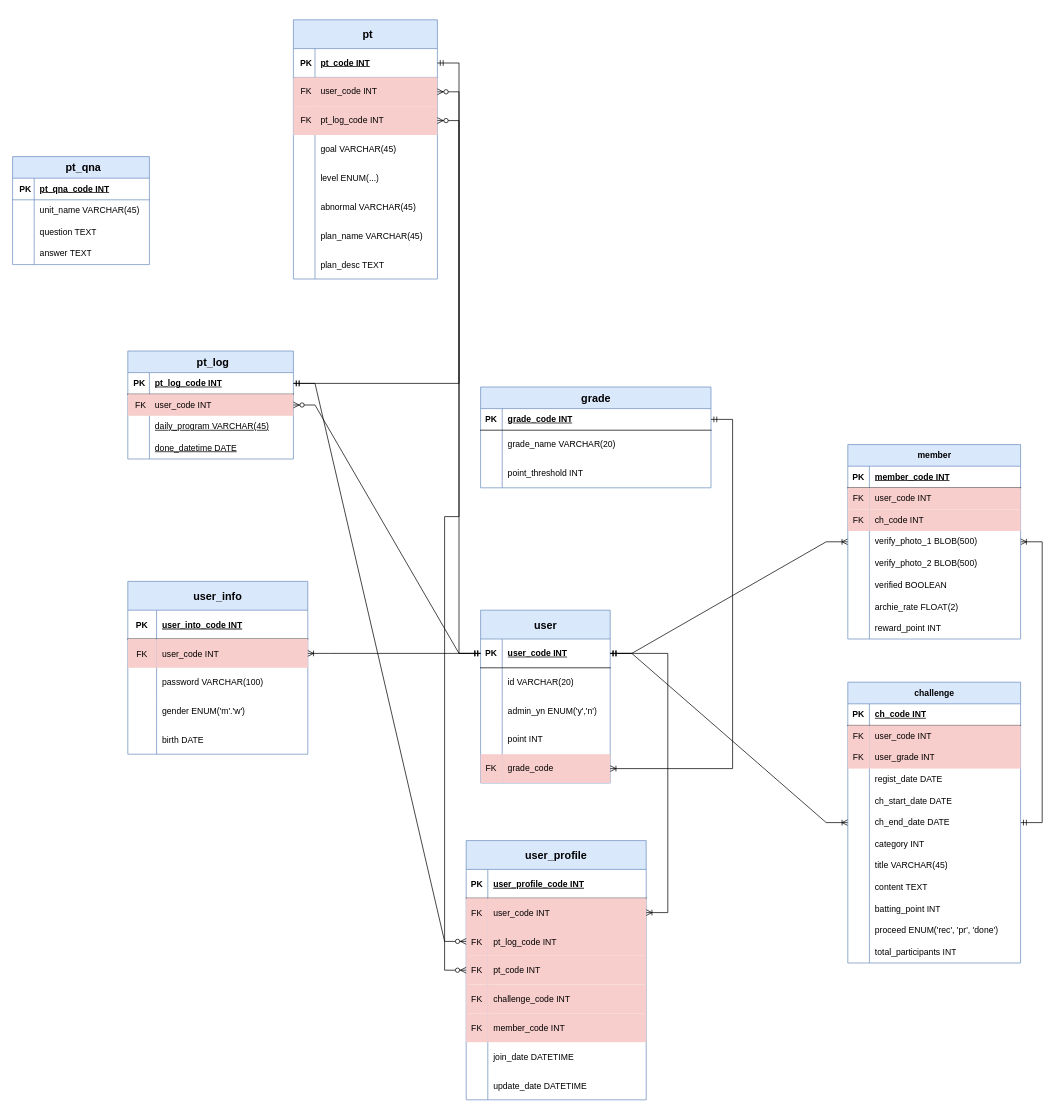
The draw.io diagram page "최종ERD" (1 of 4) of members/제목 없는 다이어그램.drawio in Brian-Hong-KR/Gymunity, before the edit. Source tidied: cells renumbered, new cells numbered last; positions are measured from the earlier drawing's top-left corner, leaving out a move shared by most shapes. Both pictures are drawn from the tidied source at 72%, with x=0, y=0 at pixel (12, 19).
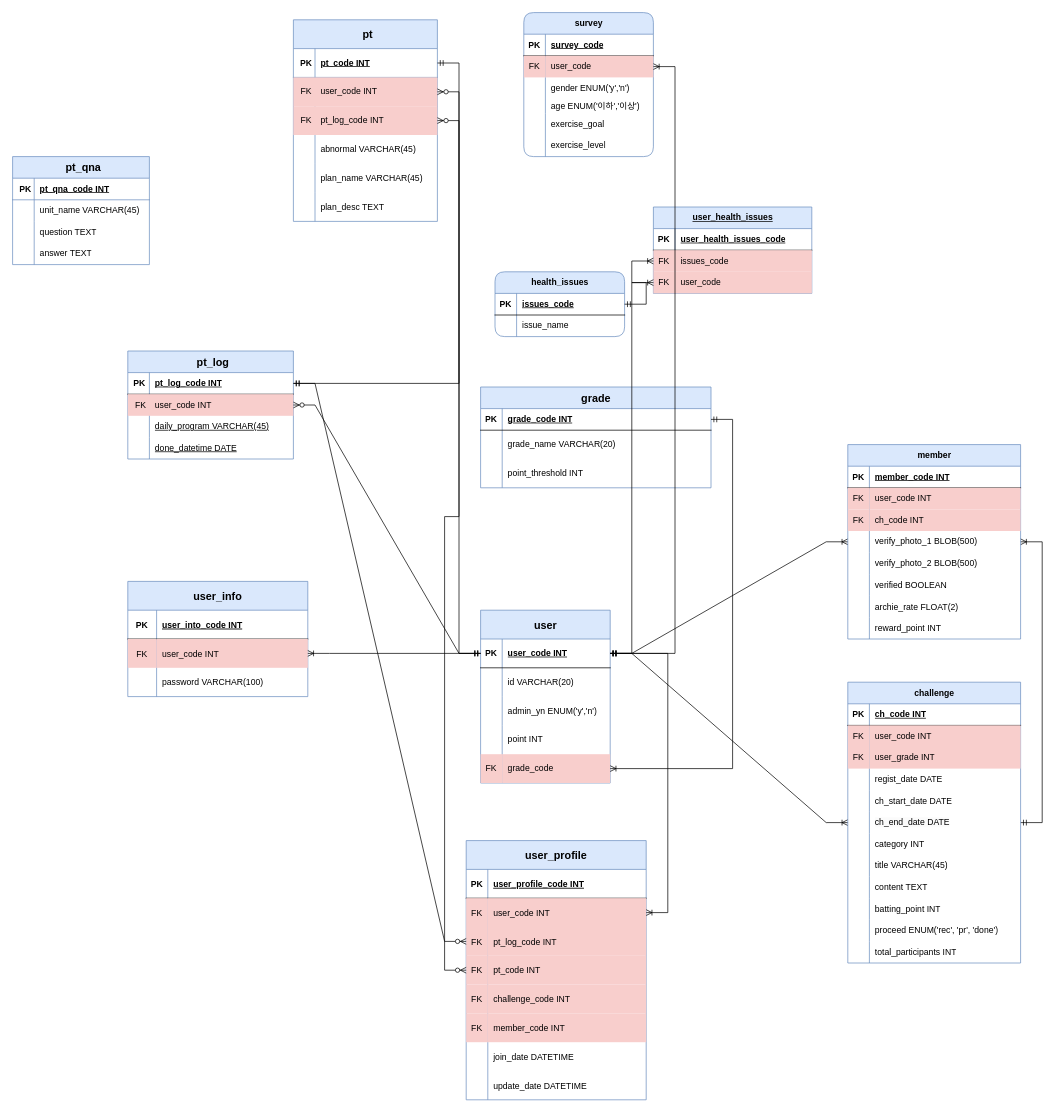
After the change.

Unchanged cells that the change refers to:
```xml
<mxCell id="28" style="shape=tableRow;horizontal=0;startSize=0;swimlaneHead=0;swimlaneBody=0;fillColor=none;points=[[0,0.5],[1,0.5]];portConstraint=eastwest;top=0;left=0;right=0;bottom=1;" parent="27" vertex="1">
  <mxGeometry y="40" width="180" height="40" as="geometry" />
</mxCell>
```

Change to the diagram source:
```diff
@@
     <mxCell id="43" value="user_info" style="shape=table;startSize=40;childLayout=tableLayout;rowLines=0;fontStyle=1;align=center;fillColor=#dae8fc;strokeColor=#6c8ebf;fontSize=15;" parent="1" vertex="1">
-      <mxGeometry x="160" y="780" width="250" height="240" as="geometry" />
+      <mxGeometry x="160" y="780" width="250" height="160" as="geometry" />
     </mxCell>
@@
-    <mxCell id="53" style="shape=partialRectangle;fillColor=none;top=0;left=0;right=0;bottom=0;" parent="43" vertex="1">
-      <mxGeometry y="160" width="250" height="40" as="geometry" />
-    </mxCell>
-    <mxCell id="54" style="shape=partialRectangle;overflow=hidden;fillColor=none;top=0;left=0;bottom=0;right=0;" parent="53" vertex="1">
-      <mxGeometry width="40" height="40" as="geometry" />
-    </mxCell>
-    <mxCell id="55" value="gender ENUM('m'.'w')" style="shape=partialRectangle;overflow=hidden;fillColor=none;top=0;left=0;bottom=0;right=0;align=left;spacingLeft=6;" parent="53" vertex="1">
-      <mxGeometry x="40" width="210" height="40" as="geometry" />
-    </mxCell>
-    <mxCell id="56" style="shape=partialRectangle;fillColor=none;top=0;left=0;right=0;bottom=0;" parent="43" vertex="1">
-      <mxGeometry y="200" width="250" height="40" as="geometry" />
-    </mxCell>
-    <mxCell id="57" style="shape=partialRectangle;overflow=hidden;fillColor=none;top=0;left=0;bottom=0;right=0;" parent="56" vertex="1">
-      <mxGeometry width="40" height="40" as="geometry" />
-    </mxCell>
-    <mxCell id="58" value="birth DATE" style="shape=partialRectangle;overflow=hidden;fillColor=none;top=0;left=0;bottom=0;right=0;align=left;spacingLeft=6;" parent="56" vertex="1">
-      <mxGeometry x="40" width="210" height="40" as="geometry" />
-    </mxCell>
@@
     <mxCell id="99" value="&lt;p&gt;&lt;span style=&quot;font-size: 15px;&quot;&gt;pt&lt;/span&gt;&lt;/p&gt;" style="shape=table;startSize=40;childLayout=tableLayout;rowLines=0;fontStyle=1;align=center;html=1;shadow=0;strokeColor=#6c8ebf;strokeWidth=1;verticalAlign=middle;spacingLeft=6;fontFamily=Helvetica;fontSize=12;fontColor=default;fillColor=#dae8fc;" parent="1" vertex="1">
-      <mxGeometry x="390" width="200" height="360" as="geometry" />
+      <mxGeometry x="390" width="200" height="280" as="geometry" />
     </mxCell>
@@
-    <mxCell id="109" style="shape=tableRow;horizontal=0;startSize=0;swimlaneHead=0;swimlaneBody=0;fillColor=none;top=0;left=0;right=0;bottom=0;shadow=0;strokeColor=#6c8ebf;strokeWidth=1;align=center;verticalAlign=middle;spacingLeft=6;fontFamily=Helvetica;fontSize=12;fontColor=default;fontStyle=1;" parent="99" vertex="1">
-      <mxGeometry y="160" width="200" height="40" as="geometry" />
-    </mxCell>
-    <mxCell id="110" style="shape=partialRectangle;fillColor=none;top=0;left=0;bottom=0;right=0;overflow=hidden;whiteSpace=wrap;html=1;shadow=0;strokeColor=#6c8ebf;strokeWidth=1;align=center;verticalAlign=middle;spacingLeft=6;fontFamily=Helvetica;fontSize=12;fontColor=default;fontStyle=1;" parent="109" vertex="1">
-      <mxGeometry width="30" height="40" as="geometry" />
-    </mxCell>
-    <mxCell id="111" value="goal VARCHAR(45)" style="shape=partialRectangle;fillColor=none;top=0;left=0;bottom=0;right=0;align=left;spacingLeft=6;overflow=hidden;whiteSpace=wrap;html=1;shadow=0;strokeColor=#6c8ebf;strokeWidth=1;verticalAlign=middle;fontFamily=Helvetica;fontSize=12;fontColor=default;fontStyle=0;" parent="109" vertex="1">
-      <mxGeometry x="30" width="170" height="40" as="geometry" />
-    </mxCell>
-    <mxCell id="112" style="shape=tableRow;horizontal=0;startSize=0;swimlaneHead=0;swimlaneBody=0;fillColor=none;top=0;left=0;right=0;bottom=0;shadow=0;strokeColor=#6c8ebf;strokeWidth=1;align=center;verticalAlign=middle;spacingLeft=6;fontFamily=Helvetica;fontSize=12;fontColor=default;fontStyle=1;" parent="99" vertex="1">
-      <mxGeometry y="200" width="200" height="40" as="geometry" />
-    </mxCell>
-    <mxCell id="113" style="shape=partialRectangle;fillColor=none;top=0;left=0;bottom=0;right=0;overflow=hidden;whiteSpace=wrap;html=1;shadow=0;strokeColor=#6c8ebf;strokeWidth=1;align=center;verticalAlign=middle;spacingLeft=6;fontFamily=Helvetica;fontSize=12;fontColor=default;fontStyle=1;" parent="112" vertex="1">
-      <mxGeometry width="30" height="40" as="geometry" />
-    </mxCell>
-    <mxCell id="114" value="&lt;span style=&quot;font-weight: normal;&quot;&gt;level ENUM(...)&lt;/span&gt;" style="shape=partialRectangle;fillColor=none;top=0;left=0;bottom=0;right=0;align=left;spacingLeft=6;overflow=hidden;whiteSpace=wrap;html=1;shadow=0;strokeColor=#6c8ebf;strokeWidth=1;verticalAlign=middle;fontFamily=Helvetica;fontSize=12;fontColor=default;fontStyle=1;" parent="112" vertex="1">
-      <mxGeometry x="30" width="170" height="40" as="geometry" />
-    </mxCell>
     <mxCell id="115" style="shape=tableRow;horizontal=0;startSize=0;swimlaneHead=0;swimlaneBody=0;fillColor=none;top=0;left=0;right=0;bottom=0;shadow=0;strokeColor=#6c8ebf;strokeWidth=1;align=center;verticalAlign=middle;spacingLeft=6;fontFamily=Helvetica;fontSize=12;fontColor=default;fontStyle=1;" parent="99" vertex="1">
-      <mxGeometry y="240" width="200" height="40" as="geometry" />
+      <mxGeometry y="160" width="200" height="40" as="geometry" />
     </mxCell>
@@
     <mxCell id="118" style="shape=tableRow;horizontal=0;startSize=0;swimlaneHead=0;swimlaneBody=0;fillColor=none;top=0;left=0;right=0;bottom=0;shadow=0;strokeColor=#6c8ebf;strokeWidth=1;align=center;verticalAlign=middle;spacingLeft=6;fontFamily=Helvetica;fontSize=12;fontColor=default;fontStyle=1;" parent="99" vertex="1">
-      <mxGeometry y="280" width="200" height="40" as="geometry" />
+      <mxGeometry y="200" width="200" height="40" as="geometry" />
     </mxCell>
@@
     <mxCell id="121" style="shape=tableRow;horizontal=0;startSize=0;swimlaneHead=0;swimlaneBody=0;fillColor=none;top=0;left=0;right=0;bottom=0;shadow=0;strokeColor=#6c8ebf;strokeWidth=1;align=center;verticalAlign=middle;spacingLeft=6;fontFamily=Helvetica;fontSize=12;fontColor=default;fontStyle=1;" parent="99" vertex="1">
-      <mxGeometry y="320" width="200" height="40" as="geometry" />
+      <mxGeometry y="240" width="200" height="40" as="geometry" />
     </mxCell>
@@
+    <mxCell id="193" value="survey" style="shape=table;startSize=30;childLayout=tableLayout;rowLines=0;fontStyle=1;align=center;html=1;rounded=1;strokeColor=#6c8ebf;verticalAlign=middle;fontFamily=Helvetica;fontSize=12;fillColor=#dae8fc;" parent="1" vertex="1">
+      <mxGeometry x="710" y="-10" width="180" height="200" as="geometry" />
+    </mxCell>
+    <mxCell id="194" style="shape=tableRow;horizontal=0;startSize=0;swimlaneHead=0;swimlaneBody=0;fillColor=none;top=0;left=0;right=0;bottom=1;rounded=1;strokeColor=default;align=center;verticalAlign=middle;fontFamily=Helvetica;fontSize=12;fontColor=default;" parent="193" vertex="1">
+      <mxGeometry y="30" width="180" height="30" as="geometry" />
+    </mxCell>
+    <mxCell id="195" value="PK" style="shape=partialRectangle;fillColor=none;top=0;left=0;bottom=0;right=0;fontStyle=1;overflow=hidden;whiteSpace=wrap;html=1;rounded=1;strokeColor=default;align=center;verticalAlign=middle;fontFamily=Helvetica;fontSize=12;fontColor=default;" parent="194" vertex="1">
+      <mxGeometry width="30" height="30" as="geometry" />
+    </mxCell>
+    <mxCell id="196" value="survey_code" style="shape=partialRectangle;fillColor=none;top=0;left=0;bottom=0;right=0;align=left;spacingLeft=6;fontStyle=5;overflow=hidden;whiteSpace=wrap;html=1;rounded=1;strokeColor=default;verticalAlign=middle;fontFamily=Helvetica;fontSize=12;fontColor=default;" parent="194" vertex="1">
+      <mxGeometry x="30" width="150" height="30" as="geometry" />
+    </mxCell>
+    <mxCell id="197" style="shape=tableRow;horizontal=0;startSize=0;swimlaneHead=0;swimlaneBody=0;fillColor=none;points=[[0,0.5],[1,0.5]];portConstraint=eastwest;top=0;left=0;right=0;bottom=0;rounded=1;strokeColor=default;align=center;verticalAlign=middle;fontFamily=Helvetica;fontSize=12;fontColor=default;" parent="193" vertex="1">
+      <mxGeometry y="60" width="180" height="30" as="geometry" />
+    </mxCell>
+    <mxCell id="198" value="FK" style="shape=partialRectangle;fillColor=#f8cecc;top=0;left=0;bottom=0;right=0;fontStyle=0;overflow=hidden;whiteSpace=wrap;html=1;rounded=1;strokeColor=#b85450;align=center;verticalAlign=middle;fontFamily=Helvetica;fontSize=12;" parent="197" vertex="1">
+      <mxGeometry width="30" height="30" as="geometry" />
+    </mxCell>
+    <mxCell id="199" value="user_code" style="shape=partialRectangle;fillColor=#f8cecc;top=0;left=0;bottom=0;right=0;align=left;spacingLeft=6;fontStyle=0;overflow=hidden;whiteSpace=wrap;html=1;rounded=1;strokeColor=#b85450;verticalAlign=middle;fontFamily=Helvetica;fontSize=12;" parent="197" vertex="1">
+      <mxGeometry x="30" width="150" height="30" as="geometry" />
+    </mxCell>
+    <mxCell id="200" style="shape=tableRow;horizontal=0;startSize=0;swimlaneHead=0;swimlaneBody=0;fillColor=none;top=0;left=0;right=0;bottom=0;rounded=1;strokeColor=default;align=center;verticalAlign=middle;fontFamily=Helvetica;fontSize=12;fontColor=default;" parent="193" vertex="1">
+      <mxGeometry y="90" width="180" height="30" as="geometry" />
+    </mxCell>
+    <mxCell id="201" style="shape=partialRectangle;fillColor=none;top=0;left=0;bottom=0;right=0;overflow=hidden;whiteSpace=wrap;html=1;rounded=1;strokeColor=default;align=center;verticalAlign=middle;fontFamily=Helvetica;fontSize=12;fontColor=default;" parent="200" vertex="1">
+      <mxGeometry width="30" height="30" as="geometry" />
+    </mxCell>
+    <mxCell id="202" value="gender ENUM('y','n')" style="shape=partialRectangle;fillColor=none;top=0;left=0;bottom=0;right=0;align=left;spacingLeft=6;overflow=hidden;whiteSpace=wrap;html=1;rounded=1;strokeColor=default;verticalAlign=middle;fontFamily=Helvetica;fontSize=12;fontColor=default;" parent="200" vertex="1">
+      <mxGeometry x="30" width="150" height="30" as="geometry" />
+    </mxCell>
+    <mxCell id="203" style="shape=tableRow;horizontal=0;startSize=0;swimlaneHead=0;swimlaneBody=0;fillColor=none;top=0;left=0;right=0;bottom=0;rounded=1;strokeColor=default;align=center;verticalAlign=middle;fontFamily=Helvetica;fontSize=12;fontColor=default;" parent="193" vertex="1">
+      <mxGeometry y="120" width="180" height="20" as="geometry" />
+    </mxCell>
+    <mxCell id="204" style="shape=partialRectangle;fillColor=none;top=0;left=0;bottom=0;right=0;overflow=hidden;whiteSpace=wrap;html=1;rounded=1;strokeColor=default;align=center;verticalAlign=middle;fontFamily=Helvetica;fontSize=12;fontColor=default;" parent="203" vertex="1">
+      <mxGeometry width="30" height="20" as="geometry" />
+    </mxCell>
+    <mxCell id="205" value="age ENUM('이하','이상')" style="shape=partialRectangle;fillColor=none;top=0;left=0;bottom=0;right=0;align=left;spacingLeft=6;overflow=hidden;whiteSpace=wrap;html=1;rounded=1;strokeColor=default;verticalAlign=middle;fontFamily=Helvetica;fontSize=12;fontColor=default;" parent="203" vertex="1">
+      <mxGeometry x="30" width="150" height="20" as="geometry" />
+    </mxCell>
+    <mxCell id="206" style="shape=tableRow;horizontal=0;startSize=0;swimlaneHead=0;swimlaneBody=0;fillColor=none;top=0;left=0;right=0;bottom=0;rounded=1;strokeColor=default;align=center;verticalAlign=middle;fontFamily=Helvetica;fontSize=12;fontColor=default;" parent="193" vertex="1">
+      <mxGeometry y="140" width="180" height="30" as="geometry" />
+    </mxCell>
+    <mxCell id="207" style="shape=partialRectangle;fillColor=none;top=0;left=0;bottom=0;right=0;overflow=hidden;whiteSpace=wrap;html=1;rounded=1;strokeColor=default;align=center;verticalAlign=middle;fontFamily=Helvetica;fontSize=12;fontColor=default;" parent="206" vertex="1">
+      <mxGeometry width="30" height="30" as="geometry" />
+    </mxCell>
+    <mxCell id="208" value="exercise_goal" style="shape=partialRectangle;fillColor=none;top=0;left=0;bottom=0;right=0;align=left;spacingLeft=6;overflow=hidden;whiteSpace=wrap;html=1;rounded=1;strokeColor=default;verticalAlign=middle;fontFamily=Helvetica;fontSize=12;fontColor=default;" parent="206" vertex="1">
+      <mxGeometry x="30" width="150" height="30" as="geometry" />
+    </mxCell>
+    <mxCell id="209" style="shape=tableRow;horizontal=0;startSize=0;swimlaneHead=0;swimlaneBody=0;fillColor=none;top=0;left=0;right=0;bottom=0;rounded=1;strokeColor=default;align=center;verticalAlign=middle;fontFamily=Helvetica;fontSize=12;fontColor=default;" parent="193" vertex="1">
+      <mxGeometry y="170" width="180" height="30" as="geometry" />
+    </mxCell>
+    <mxCell id="210" style="shape=partialRectangle;fillColor=none;top=0;left=0;bottom=0;right=0;overflow=hidden;whiteSpace=wrap;html=1;rounded=1;strokeColor=default;align=center;verticalAlign=middle;fontFamily=Helvetica;fontSize=12;fontColor=default;" parent="209" vertex="1">
+      <mxGeometry width="30" height="30" as="geometry" />
+    </mxCell>
+    <mxCell id="211" value="exercise_level" style="shape=partialRectangle;fillColor=none;top=0;left=0;bottom=0;right=0;align=left;spacingLeft=6;overflow=hidden;whiteSpace=wrap;html=1;rounded=1;strokeColor=default;verticalAlign=middle;fontFamily=Helvetica;fontSize=12;fontColor=default;" parent="209" vertex="1">
+      <mxGeometry x="30" width="150" height="30" as="geometry" />
+    </mxCell>
+    <mxCell id="212" value="health_issues" style="shape=table;startSize=30;childLayout=tableLayout;rowLines=0;fontStyle=1;align=center;html=1;rounded=1;strokeColor=#6c8ebf;verticalAlign=middle;fontFamily=Helvetica;fontSize=12;fillColor=#dae8fc;" parent="1" vertex="1">
+      <mxGeometry x="670" y="350" width="180" height="90" as="geometry" />
+    </mxCell>
+    <mxCell id="213" style="shape=tableRow;horizontal=0;startSize=0;swimlaneHead=0;swimlaneBody=0;fillColor=none;points=[[0,0.5],[1,0.5]];portConstraint=eastwest;top=0;left=0;right=0;bottom=1;rounded=1;strokeColor=default;align=center;verticalAlign=middle;fontFamily=Helvetica;fontSize=12;fontColor=default;" parent="212" vertex="1">
+      <mxGeometry y="30" width="180" height="30" as="geometry" />
+    </mxCell>
+    <mxCell id="214" value="PK" style="shape=partialRectangle;fillColor=none;top=0;left=0;bottom=0;right=0;fontStyle=1;overflow=hidden;whiteSpace=wrap;html=1;rounded=1;strokeColor=default;align=center;verticalAlign=middle;fontFamily=Helvetica;fontSize=12;fontColor=default;" parent="213" vertex="1">
+      <mxGeometry width="30" height="30" as="geometry" />
+    </mxCell>
+    <mxCell id="215" value="issues_code" style="shape=partialRectangle;fillColor=none;top=0;left=0;bottom=0;right=0;align=left;spacingLeft=6;fontStyle=5;overflow=hidden;whiteSpace=wrap;html=1;rounded=1;strokeColor=default;verticalAlign=middle;fontFamily=Helvetica;fontSize=12;fontColor=default;" parent="213" vertex="1">
+      <mxGeometry x="30" width="150" height="30" as="geometry" />
+    </mxCell>
+    <mxCell id="216" style="shape=tableRow;horizontal=0;startSize=0;swimlaneHead=0;swimlaneBody=0;fillColor=none;top=0;left=0;right=0;bottom=0;rounded=1;strokeColor=default;align=center;verticalAlign=middle;fontFamily=Helvetica;fontSize=12;fontColor=default;" parent="212" vertex="1">
+      <mxGeometry y="60" width="180" height="30" as="geometry" />
+    </mxCell>
+    <mxCell id="217" style="shape=partialRectangle;fillColor=none;top=0;left=0;bottom=0;right=0;overflow=hidden;whiteSpace=wrap;html=1;rounded=1;strokeColor=default;align=center;verticalAlign=middle;fontFamily=Helvetica;fontSize=12;fontColor=default;" parent="216" vertex="1">
+      <mxGeometry width="30" height="30" as="geometry" />
+    </mxCell>
+    <mxCell id="218" value="issue_name" style="shape=partialRectangle;fillColor=none;top=0;left=0;bottom=0;right=0;align=left;spacingLeft=6;overflow=hidden;whiteSpace=wrap;html=1;rounded=1;strokeColor=default;verticalAlign=middle;fontFamily=Helvetica;fontSize=12;fontColor=default;" parent="216" vertex="1">
+      <mxGeometry x="30" width="150" height="30" as="geometry" />
+    </mxCell>
+    <mxCell id="219" value="&lt;span style=&quot;text-align: left; text-wrap: wrap; text-decoration-line: underline;&quot;&gt;user_health_issues&lt;/span&gt;" style="shape=table;startSize=30;childLayout=tableLayout;rowLines=0;fontStyle=1;align=center;html=1;fillColor=#dae8fc;strokeColor=#6c8ebf;" parent="1" vertex="1">
+      <mxGeometry x="890" y="260" width="220" height="120" as="geometry" />
+    </mxCell>
+    <mxCell id="220" style="shape=tableRow;horizontal=0;startSize=0;swimlaneHead=0;swimlaneBody=0;fillColor=none;top=0;left=0;right=0;bottom=1;" parent="219" vertex="1">
+      <mxGeometry y="30" width="220" height="30" as="geometry" />
+    </mxCell>
+    <mxCell id="221" value="PK" style="shape=partialRectangle;fillColor=none;top=0;left=0;bottom=0;right=0;fontStyle=1;overflow=hidden;whiteSpace=wrap;html=1;" parent="220" vertex="1">
+      <mxGeometry width="30" height="30" as="geometry" />
+    </mxCell>
+    <mxCell id="222" value="user_health_issues_code" style="shape=partialRectangle;fillColor=none;top=0;left=0;bottom=0;right=0;align=left;spacingLeft=6;fontStyle=5;overflow=hidden;whiteSpace=wrap;html=1;" parent="220" vertex="1">
+      <mxGeometry x="30" width="190" height="30" as="geometry" />
+    </mxCell>
+    <mxCell id="223" style="shape=tableRow;horizontal=0;startSize=0;swimlaneHead=0;swimlaneBody=0;fillColor=none;points=[[0,0.5],[1,0.5]];portConstraint=eastwest;top=0;left=0;right=0;bottom=0;" parent="219" vertex="1">
+      <mxGeometry y="60" width="220" height="30" as="geometry" />
+    </mxCell>
+    <mxCell id="224" value="FK" style="shape=partialRectangle;fillColor=#f8cecc;top=0;left=0;bottom=0;right=0;overflow=hidden;whiteSpace=wrap;html=1;strokeColor=#b85450;" parent="223" vertex="1">
+      <mxGeometry width="30" height="30" as="geometry" />
+    </mxCell>
+    <mxCell id="225" value="issues_code" style="shape=partialRectangle;fillColor=#f8cecc;top=0;left=0;bottom=0;right=0;align=left;spacingLeft=6;overflow=hidden;whiteSpace=wrap;html=1;strokeColor=#b85450;" parent="223" vertex="1">
+      <mxGeometry x="30" width="190" height="30" as="geometry" />
+    </mxCell>
+    <mxCell id="226" style="shape=tableRow;horizontal=0;startSize=0;swimlaneHead=0;swimlaneBody=0;fillColor=none;points=[[0,0.5],[1,0.5]];portConstraint=eastwest;top=0;left=0;right=0;bottom=0;" parent="219" vertex="1">
+      <mxGeometry y="90" width="220" height="30" as="geometry" />
+    </mxCell>
+    <mxCell id="227" value="FK" style="shape=partialRectangle;fillColor=#f8cecc;top=0;left=0;bottom=0;right=0;overflow=hidden;whiteSpace=wrap;html=1;strokeColor=#b85450;" parent="226" vertex="1">
+      <mxGeometry width="30" height="30" as="geometry" />
+    </mxCell>
+    <mxCell id="228" value="user_code" style="shape=partialRectangle;fillColor=#f8cecc;top=0;left=0;bottom=0;right=0;align=left;spacingLeft=6;overflow=hidden;whiteSpace=wrap;html=1;strokeColor=#b85450;" parent="226" vertex="1">
+      <mxGeometry x="30" width="190" height="30" as="geometry" />
+    </mxCell>
+    <mxCell id="229" style="edgeStyle=entityRelationEdgeStyle;fontSize=12;html=1;endArrow=ERoneToMany;startArrow=ERmandOne;rounded=0;" parent="1" edge="1" source="213" target="223">
+      <mxGeometry relative="1" as="geometry" />
+    </mxCell>
+    <mxCell id="230" style="edgeStyle=entityRelationEdgeStyle;fontSize=12;html=1;endArrow=ERoneToMany;startArrow=ERmandOne;rounded=0;" parent="1" edge="1" source="28" target="197">
+      <mxGeometry relative="1" as="geometry" />
+    </mxCell>
+    <mxCell id="231" style="edgeStyle=entityRelationEdgeStyle;fontSize=12;html=1;endArrow=ERoneToMany;startArrow=ERmandOne;rounded=0;" parent="1" edge="1" source="28" target="226">
+      <mxGeometry relative="1" as="geometry" />
+    </mxCell>
```
